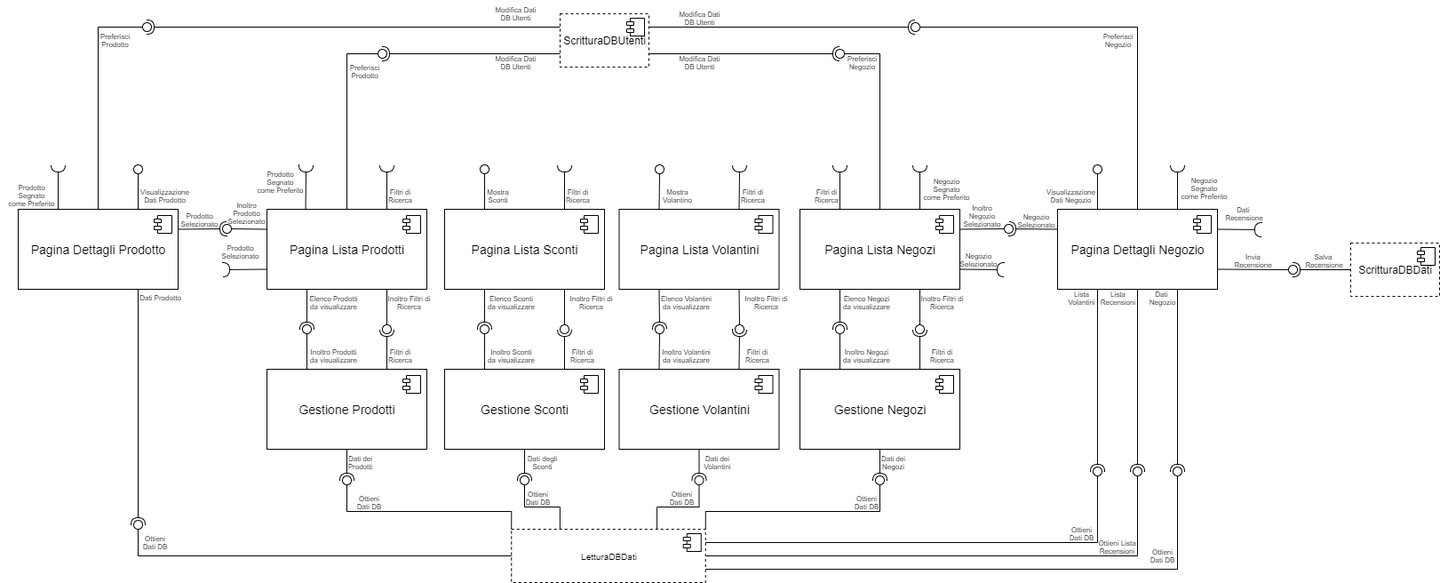
This is UML/CD/Modulo 1 Visualizzazione Dati.png from G15-UniTN/iSpesa, a draw.io export, as it was before one commit. Source tidied: cells renumbered, new cells last; positions are measured from the earlier drawing's top-left corner, leaving out a move shared by most shapes.
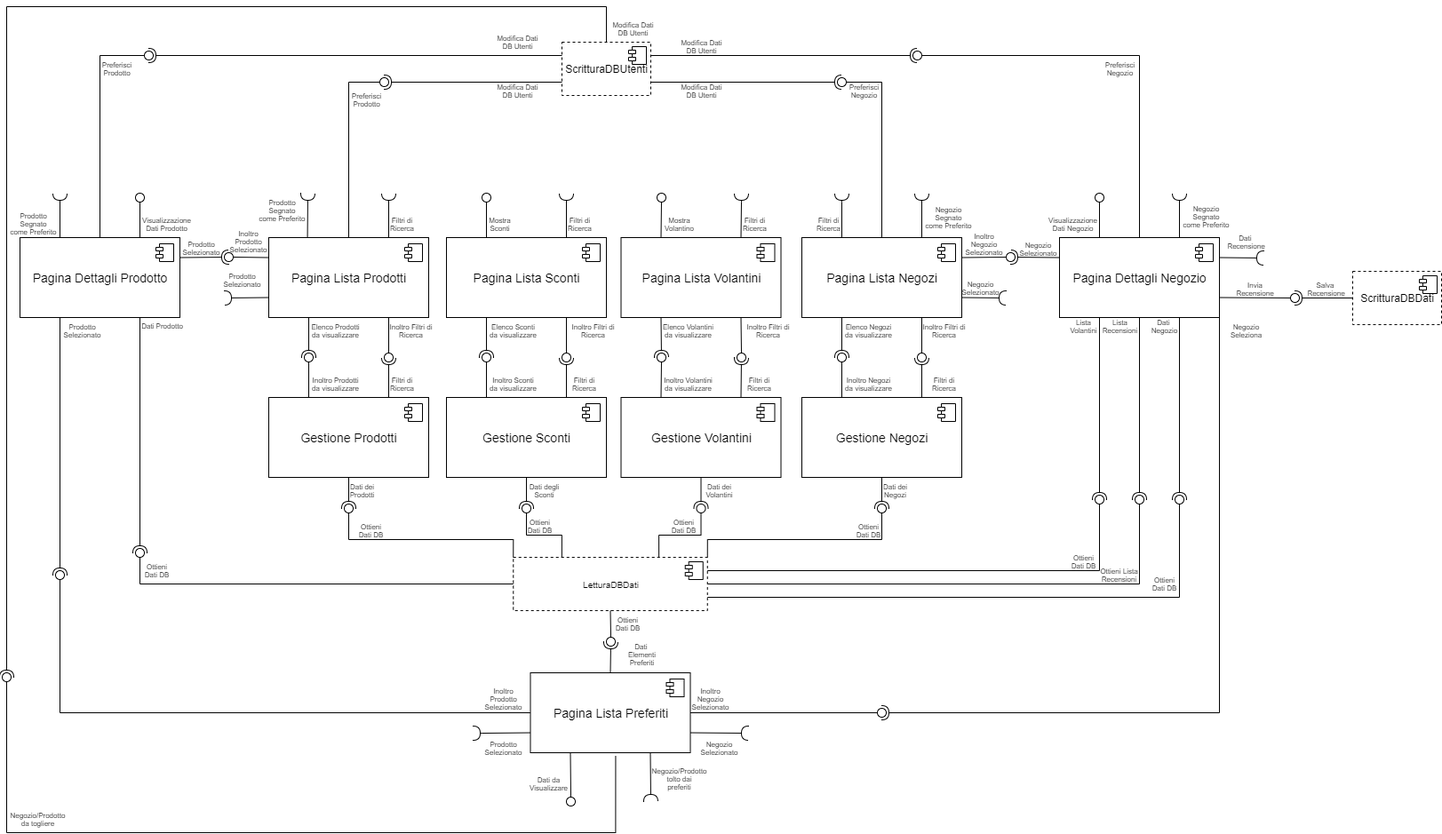
The same diagram one commit later.

Diff of the diagram source:
```diff
@@ -636,5 +636,126 @@
     <mxCell id="180" value="Ottieni Lista&lt;br&gt;Recensioni" style="text;html=1;align=center;verticalAlign=middle;strokeColor=none;fontSize=8;" parent="1" vertex="1">
       <mxGeometry x="1227" y="600" width="60" height="30" as="geometry" />
     </mxCell>
+    <mxCell id="181" value="&lt;font style=&quot;font-size: 14px&quot;&gt;Pagina Lista Preferiti&lt;/font&gt;" style="html=1;" parent="1" vertex="1">
+      <mxGeometry x="594.5" y="725" width="180" height="90" as="geometry" />
+    </mxCell>
+    <mxCell id="182" style="shape=module;jettyWidth=8;jettyHeight=4;" parent="181" vertex="1">
+      <mxGeometry x="1" width="20" height="20" relative="1" as="geometry">
+        <mxPoint x="-27" y="7" as="offset" />
+      </mxGeometry>
+    </mxCell>
+    <mxCell id="183" style="rounded=0;jettySize=auto;html=1;endArrow=none;endFill=0;exitX=0.5;exitY=1;exitDx=0;exitDy=0;" parent="1" edge="1" source="6" target="185">
+      <mxGeometry relative="1" as="geometry" />
+    </mxCell>
+    <mxCell id="184" style="rounded=0;jettySize=auto;html=1;endArrow=halfCircle;endFill=0;entryX=0.5;entryY=0.5;entryDx=0;entryDy=0;endSize=6;strokeWidth=1;exitX=0.5;exitY=0;exitDx=0;exitDy=0;" parent="1" edge="1" source="181" target="185">
+      <mxGeometry relative="1" as="geometry" />
+    </mxCell>
+    <mxCell id="185" style="ellipse;whiteSpace=wrap;html=1;fontFamily=Helvetica;fontSize=12;fontColor=#000000;align=center;strokeColor=#000000;fillColor=#ffffff;points=[];" parent="1" vertex="1">
+      <mxGeometry x="680" y="685" width="10" height="10" as="geometry" />
+    </mxCell>
+    <mxCell id="186" value="Ottieni&lt;br&gt;Dati DB" style="text;html=1;align=center;verticalAlign=middle;strokeColor=none;fontSize=8;" parent="1" vertex="1">
+      <mxGeometry x="684" y="655" width="40" height="30" as="geometry" />
+    </mxCell>
+    <mxCell id="187" value="Dati&amp;nbsp;&lt;br&gt;Elementi&lt;br&gt;Preferiti" style="text;html=1;align=center;verticalAlign=middle;strokeColor=none;fontSize=8;" parent="1" vertex="1">
+      <mxGeometry x="695" y="685" width="50" height="40" as="geometry" />
+    </mxCell>
+    <mxCell id="188" style="rounded=0;jettySize=auto;html=1;endArrow=none;endFill=0;exitX=0;exitY=0.5;exitDx=0;exitDy=0;edgeStyle=orthogonalEdgeStyle;" parent="1" edge="1" source="181" target="190">
+      <mxGeometry relative="1" as="geometry" />
+    </mxCell>
+    <mxCell id="189" style="rounded=0;jettySize=auto;html=1;endArrow=halfCircle;endFill=0;entryX=0.5;entryY=0.5;entryDx=0;entryDy=0;endSize=6;strokeWidth=1;exitX=0.25;exitY=1;exitDx=0;exitDy=0;edgeStyle=orthogonalEdgeStyle;" parent="1" edge="1" source="36" target="190">
+      <mxGeometry relative="1" as="geometry" />
+    </mxCell>
+    <mxCell id="190" style="ellipse;whiteSpace=wrap;html=1;fontFamily=Helvetica;fontSize=12;fontColor=#000000;align=center;strokeColor=#000000;fillColor=#ffffff;points=[];" parent="1" vertex="1">
+      <mxGeometry x="60" y="610" width="10" height="10" as="geometry" />
+    </mxCell>
+    <mxCell id="191" value="Prodotto&lt;br&gt;Selezionato" style="text;html=1;align=center;verticalAlign=middle;strokeColor=none;fontSize=8;" parent="1" vertex="1">
+      <mxGeometry x="60" y="325" width="60" height="30" as="geometry" />
+    </mxCell>
+    <mxCell id="192" value="Inoltro&lt;br&gt;Prodotto&lt;br&gt;Selezionato" style="text;html=1;align=center;verticalAlign=middle;strokeColor=none;fontSize=8;" parent="1" vertex="1">
+      <mxGeometry x="534" y="735" width="60" height="40" as="geometry" />
+    </mxCell>
+    <mxCell id="193" value="Prodotto&lt;br&gt;Selezionato" style="text;html=1;align=center;verticalAlign=middle;strokeColor=none;fontSize=8;spacing=0;" parent="1" vertex="1">
+      <mxGeometry x="534" y="795" width="60" height="30" as="geometry" />
+    </mxCell>
+    <mxCell id="194" style="rounded=0;jettySize=auto;html=1;endArrow=halfCircle;endFill=0;endSize=6;strokeWidth=1;exitX=0;exitY=0.75;exitDx=0;exitDy=0;" parent="1" edge="1" source="181">
+      <mxGeometry relative="1" as="geometry">
+        <mxPoint x="530" y="793" as="targetPoint" />
+        <Array as="points">
+          <mxPoint x="540" y="793" />
+        </Array>
+      </mxGeometry>
+    </mxCell>
+    <mxCell id="195" style="rounded=0;jettySize=auto;html=1;endArrow=none;endFill=0;exitX=1;exitY=0.5;exitDx=0;exitDy=0;edgeStyle=orthogonalEdgeStyle;" parent="1" edge="1" source="181" target="197">
+      <mxGeometry relative="1" as="geometry" />
+    </mxCell>
+    <mxCell id="196" style="rounded=0;jettySize=auto;html=1;endArrow=halfCircle;endFill=0;entryX=0.5;entryY=0.5;entryDx=0;entryDy=0;endSize=6;strokeWidth=1;exitX=1;exitY=1;exitDx=0;exitDy=0;edgeStyle=orthogonalEdgeStyle;" parent="1" edge="1" source="38" target="197">
+      <mxGeometry relative="1" as="geometry">
+        <Array as="points">
+          <mxPoint x="1370" y="770" />
+        </Array>
+      </mxGeometry>
+    </mxCell>
+    <mxCell id="197" style="ellipse;whiteSpace=wrap;html=1;fontFamily=Helvetica;fontSize=12;fontColor=#000000;align=center;strokeColor=#000000;fillColor=#ffffff;points=[];" parent="1" vertex="1">
+      <mxGeometry x="985" y="765" width="10" height="10" as="geometry" />
+    </mxCell>
+    <mxCell id="198" value="Inoltro&lt;br&gt;Negozio&lt;br&gt;Selezionato" style="text;html=1;align=center;verticalAlign=middle;strokeColor=none;fontSize=8;" parent="1" vertex="1">
+      <mxGeometry x="767" y="735" width="60" height="40" as="geometry" />
+    </mxCell>
+    <mxCell id="199" value="Negozio&lt;br&gt;Seleziona" style="text;html=1;align=center;verticalAlign=middle;strokeColor=none;fontSize=8;" parent="1" vertex="1">
+      <mxGeometry x="1375" y="325" width="50" height="30" as="geometry" />
+    </mxCell>
+    <mxCell id="200" style="rounded=0;jettySize=auto;html=1;endArrow=halfCircle;endFill=0;endSize=6;strokeWidth=1;exitX=1;exitY=0.75;exitDx=0;exitDy=0;" parent="1" edge="1" source="181">
+      <mxGeometry relative="1" as="geometry">
+        <mxPoint x="840" y="793" as="targetPoint" />
+      </mxGeometry>
+    </mxCell>
+    <mxCell id="201" value="Negozio&lt;br&gt;Selezionato" style="text;html=1;align=center;verticalAlign=middle;strokeColor=none;fontSize=8;spacing=0;" parent="1" vertex="1">
+      <mxGeometry x="777" y="795" width="60" height="30" as="geometry" />
+    </mxCell>
+    <mxCell id="202" style="rounded=0;jettySize=auto;html=1;endArrow=none;endFill=0;exitX=0.25;exitY=1;exitDx=0;exitDy=0;" parent="1" edge="1" source="181" target="203">
+      <mxGeometry relative="1" as="geometry" />
+    </mxCell>
+    <mxCell id="203" style="ellipse;whiteSpace=wrap;html=1;fontFamily=Helvetica;fontSize=12;fontColor=#000000;align=center;strokeColor=#000000;fillColor=#ffffff;points=[];" parent="1" vertex="1">
+      <mxGeometry x="635" y="865" width="10" height="10" as="geometry" />
+    </mxCell>
+    <mxCell id="204" value="Dati da&lt;br&gt;Visualizzare" style="text;html=1;align=center;verticalAlign=middle;strokeColor=none;fontSize=8;spacing=0;" parent="1" vertex="1">
+      <mxGeometry x="585" y="835" width="60" height="30" as="geometry" />
+    </mxCell>
+    <mxCell id="205" style="rounded=0;jettySize=auto;html=1;endArrow=halfCircle;endFill=0;endSize=6;strokeWidth=1;exitX=0.75;exitY=1;exitDx=0;exitDy=0;" parent="1" edge="1" source="181">
+      <mxGeometry relative="1" as="geometry">
+        <mxPoint x="730" y="870" as="targetPoint" />
+        <Array as="points">
+          <mxPoint x="730" y="870" />
+        </Array>
+      </mxGeometry>
+    </mxCell>
+    <mxCell id="206" value="Negozio/Prodotto&lt;br&gt;tolto dai&lt;br&gt;preferiti" style="text;html=1;align=center;verticalAlign=middle;strokeColor=none;fontSize=8;spacing=0;" parent="1" vertex="1">
+      <mxGeometry x="722" y="825" width="80" height="40" as="geometry" />
+    </mxCell>
+    <mxCell id="207" style="rounded=0;jettySize=auto;html=1;endArrow=none;endFill=0;exitX=0.533;exitY=1.039;exitDx=0;exitDy=0;exitPerimeter=0;edgeStyle=orthogonalEdgeStyle;" parent="1" edge="1" source="181" target="209">
+      <mxGeometry relative="1" as="geometry">
+        <Array as="points">
+          <mxPoint x="690" y="905" />
+          <mxPoint x="5" y="905" />
+        </Array>
+      </mxGeometry>
+    </mxCell>
+    <mxCell id="208" style="rounded=0;jettySize=auto;html=1;endArrow=halfCircle;endFill=0;entryX=0.5;entryY=0.5;entryDx=0;entryDy=0;endSize=6;strokeWidth=1;edgeStyle=orthogonalEdgeStyle;exitX=0.5;exitY=0;exitDx=0;exitDy=0;" parent="1" edge="1" source="149" target="209">
+      <mxGeometry relative="1" as="geometry">
+        <Array as="points">
+          <mxPoint x="680" y="-25" />
+          <mxPoint x="5" y="-25" />
+        </Array>
+      </mxGeometry>
+    </mxCell>
+    <mxCell id="209" style="ellipse;whiteSpace=wrap;html=1;fontFamily=Helvetica;fontSize=12;fontColor=#000000;align=center;strokeColor=#000000;fillColor=#ffffff;points=[];" parent="1" vertex="1">
+      <mxGeometry y="725" width="10" height="10" as="geometry" />
+    </mxCell>
+    <mxCell id="210" value="Negozio/Prodotto&lt;br&gt;da togliere" style="text;html=1;align=center;verticalAlign=middle;strokeColor=none;fontSize=8;spacing=0;" parent="1" vertex="1">
+      <mxGeometry y="875" width="80" height="30" as="geometry" />
+    </mxCell>
+    <mxCell id="211" value="Modifica Dati&lt;br&gt;DB Utenti" style="text;html=1;align=center;verticalAlign=middle;strokeColor=none;fontSize=8;" parent="1" vertex="1">
+      <mxGeometry x="680" y="-15" width="60" height="30" as="geometry" />
+    </mxCell>
   </root>
 </mxGraphModel>
```
